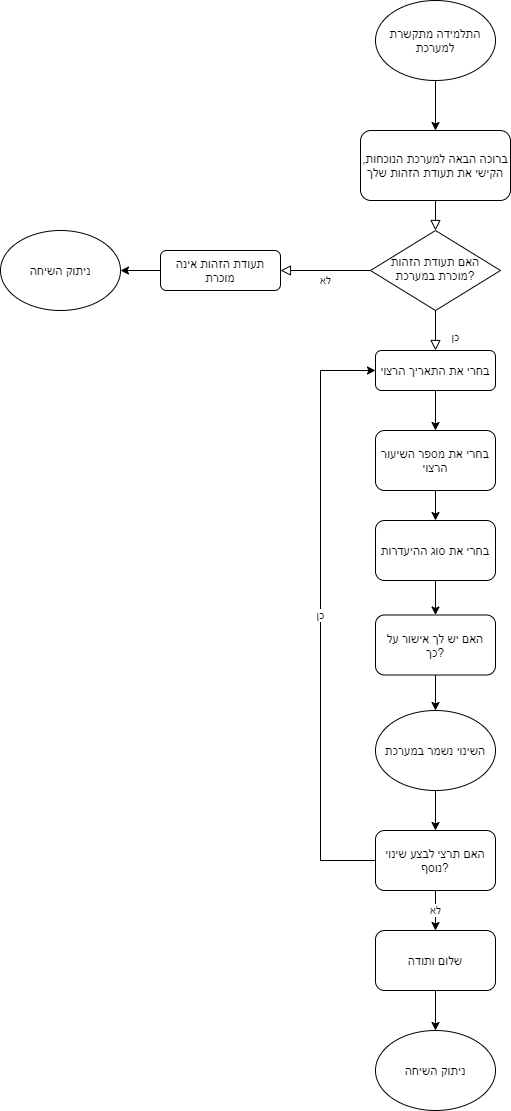
buzz-code/wolf-teacher-reports keeps this draw.io diagram as design/אפיון דיווח נוכחות תלמידה.png. Above is the earlier version. Source tidied: cells renumbered, new cells last; positions are measured from the earlier drawing's top-left corner, leaving out a move shared by most shapes.
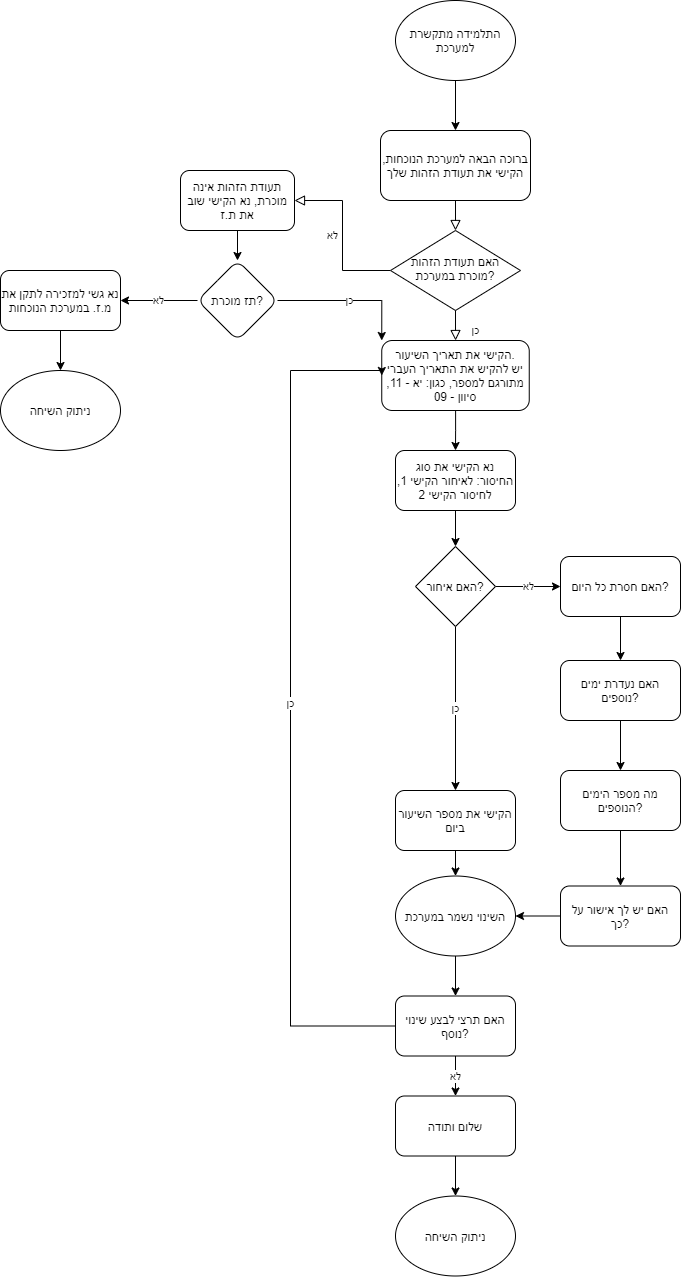
Later version of the same file.

The edit, as a diff of the source:
```diff
@@ -14,20 +14,20 @@
     <mxCell id="5" value="האם תעודת הזהות מוכרת במערכת?" style="rhombus;whiteSpace=wrap;html=1;shadow=0;fontFamily=Helvetica;fontSize=12;align=center;strokeWidth=1;spacing=6;spacingTop=-4;" parent="1" vertex="1">
       <mxGeometry x="370" y="230" width="130" height="80" as="geometry" />
     </mxCell>
-    <mxCell id="6" style="edgeStyle=orthogonalEdgeStyle;rounded=0;jettySize=auto;html=1;" parent="1" edge="1" source="7" target="13">
-      <mxGeometry relative="1" as="geometry" />
-    </mxCell>
+    <mxCell id="28" style="edgeStyle=orthogonalEdgeStyle;rounded=0;jettySize=auto;html=1;" parent="1" edge="1" source="7" target="44">
+      <mxGeometry relative="1" as="geometry" />
+    </mxCell>
-    <mxCell id="7" value="תעודת הזהות אינה מוכרת" style="rounded=1;whiteSpace=wrap;html=1;fontSize=12;glass=0;strokeWidth=1;shadow=0;" parent="1" vertex="1">
-      <mxGeometry x="160" y="250" width="120" height="40" as="geometry" />
+    <mxCell id="7" value="תעודת הזהות אינה מוכרת,&amp;nbsp;נא הקישי שוב את ת.ז" style="rounded=1;whiteSpace=wrap;html=1;fontSize=12;glass=0;strokeWidth=1;shadow=0;" parent="1" vertex="1">
+      <mxGeometry x="160" y="170" width="114" height="60" as="geometry" />
     </mxCell>
     <mxCell id="8" value="כן" style="rounded=0;html=1;jettySize=auto;fontSize=11;endArrow=block;endFill=0;endSize=8;strokeWidth=1;shadow=0;labelBackgroundColor=none;edgeStyle=orthogonalEdgeStyle;exitX=0.5;exitY=1;exitDx=0;exitDy=0;" parent="1" edge="1" source="5" target="10">
       <mxGeometry x="0.33" y="20" relative="1" as="geometry" />
     </mxCell>
-    <mxCell id="9" style="edgeStyle=orthogonalEdgeStyle;rounded=0;jettySize=auto;html=1;" parent="1" edge="1" source="10" target="15">
-      <mxGeometry relative="1" as="geometry" />
-    </mxCell>
+    <mxCell id="29" style="edgeStyle=orthogonalEdgeStyle;rounded=0;jettySize=auto;html=1;entryX=0.5;entryY=0;entryDx=0;entryDy=0;" parent="1" edge="1" source="10" target="17">
+      <mxGeometry relative="1" as="geometry" />
+    </mxCell>
-    <mxCell id="10" value="בחרי את התאריך הרצוי" style="rounded=1;whiteSpace=wrap;html=1;fontSize=12;glass=0;strokeWidth=1;shadow=0;" parent="1" vertex="1">
-      <mxGeometry x="375" y="350" width="120" height="40" as="geometry" />
+    <mxCell id="10" value="הקישי את תאריך השיעור.&lt;br&gt;יש להקיש את התאריך העברי מתורגם למספר, כגון: יא - 11, סיוון - 09" style="rounded=1;whiteSpace=wrap;html=1;fontSize=12;glass=0;strokeWidth=1;shadow=0;" parent="1" vertex="1">
+      <mxGeometry x="361.2" y="340" width="147.5" height="70" as="geometry" />
     </mxCell>
     <mxCell id="11" style="edgeStyle=orthogonalEdgeStyle;rounded=0;jettySize=auto;html=1;" parent="1" edge="1" source="12" target="3">
       <mxGeometry relative="1" as="geometry" />
@@ -36,37 +36,32 @@
       <mxGeometry x="375" width="120" height="80" as="geometry" />
     </mxCell>
     <mxCell id="13" value="ניתוק השיחה" style="ellipse;whiteSpace=wrap;html=1;rounded=1;shadow=0;strokeWidth=1;glass=0;" parent="1" vertex="1">
-      <mxGeometry y="230" width="120" height="80" as="geometry" />
+      <mxGeometry x="-20" y="370" width="120" height="80" as="geometry" />
     </mxCell>
-    <mxCell id="14" style="edgeStyle=orthogonalEdgeStyle;rounded=0;jettySize=auto;html=1;" parent="1" edge="1" source="15" target="17">
-      <mxGeometry relative="1" as="geometry" />
-    </mxCell>
-    <mxCell id="15" value="בחרי את מספר השיעור הרצוי" style="whiteSpace=wrap;html=1;rounded=1;shadow=0;strokeWidth=1;glass=0;" parent="1" vertex="1">
-      <mxGeometry x="375" y="430" width="120" height="60" as="geometry" />
-    </mxCell>
-    <mxCell id="16" style="edgeStyle=orthogonalEdgeStyle;rounded=0;jettySize=auto;html=1;" parent="1" edge="1" source="17" target="19">
-      <mxGeometry relative="1" as="geometry" />
-    </mxCell>
+    <mxCell id="30" style="edgeStyle=orthogonalEdgeStyle;rounded=0;jettySize=auto;html=1;" parent="1" edge="1" source="17" target="33">
+      <mxGeometry relative="1" as="geometry" />
+    </mxCell>
-    <mxCell id="17" value="בחרי את סוג ההיעדרות" style="whiteSpace=wrap;html=1;rounded=1;shadow=0;strokeWidth=1;glass=0;" parent="1" vertex="1">
-      <mxGeometry x="375" y="520" width="120" height="60" as="geometry" />
+    <mxCell id="17" value="נא הקישי את סוג החיסור: לאיחור הקישי 1, לחיסור הקישי 2" style="whiteSpace=wrap;html=1;rounded=1;shadow=0;strokeWidth=1;glass=0;" parent="1" vertex="1">
+      <mxGeometry x="375" y="450" width="120" height="60" as="geometry" />
     </mxCell>
     <mxCell id="18" style="edgeStyle=orthogonalEdgeStyle;rounded=0;jettySize=auto;html=1;" parent="1" edge="1" source="19" target="21">
       <mxGeometry relative="1" as="geometry" />
     </mxCell>
     <mxCell id="19" value="האם יש לך אישור על כך?" style="whiteSpace=wrap;html=1;rounded=1;shadow=0;strokeWidth=1;glass=0;" parent="1" vertex="1">
-      <mxGeometry x="375" y="614.5" width="120" height="60" as="geometry" />
+      <mxGeometry x="540" y="885.5" width="120" height="60" as="geometry" />
     </mxCell>
     <mxCell id="20" style="edgeStyle=orthogonalEdgeStyle;rounded=0;jettySize=auto;html=1;" parent="1" edge="1" source="21" target="25">
       <mxGeometry relative="1" as="geometry" />
     </mxCell>
     <mxCell id="21" value="השינוי נשמר במערכת" style="ellipse;whiteSpace=wrap;html=1;rounded=1;shadow=0;strokeWidth=1;glass=0;" parent="1" vertex="1">
-      <mxGeometry x="375" y="710" width="120" height="80" as="geometry" />
+      <mxGeometry x="375" y="875.5" width="120" height="80" as="geometry" />
     </mxCell>
-    <mxCell id="22" value="כן" style="edgeStyle=orthogonalEdgeStyle;rounded=0;jettySize=auto;html=1;entryX=0;entryY=0.5;entryDx=0;entryDy=0;exitX=0;exitY=0.5;exitDx=0;exitDy=0;" parent="1" edge="1" source="25" target="10">
+    <mxCell id="22" value="כן" style="edgeStyle=orthogonalEdgeStyle;rounded=0;jettySize=auto;html=1;exitX=0;exitY=0.5;exitDx=0;exitDy=0;entryX=0;entryY=0.5;entryDx=0;entryDy=0;" parent="1" edge="1" source="25" target="10">
       <mxGeometry relative="1" as="geometry">
         <Array as="points">
-          <mxPoint x="320" y="860" />
-          <mxPoint x="320" y="370" />
+          <mxPoint x="270" y="1026" />
+          <mxPoint x="270" y="370" />
+          <mxPoint x="361" y="370" />
         </Array>
       </mxGeometry>
     </mxCell>
@@ -77,13 +72,61 @@
       <mxGeometry relative="1" as="geometry" />
     </mxCell>
     <mxCell id="25" value="האם תרצי לבצע שינוי נוסף?" style="whiteSpace=wrap;html=1;rounded=1;shadow=0;strokeWidth=1;glass=0;" parent="1" vertex="1">
-      <mxGeometry x="375" y="830" width="120" height="60" as="geometry" />
+      <mxGeometry x="375" y="995.5" width="120" height="60" as="geometry" />
     </mxCell>
     <mxCell id="26" value="ניתוק השיחה" style="ellipse;whiteSpace=wrap;html=1;rounded=1;shadow=0;strokeWidth=1;glass=0;" parent="1" vertex="1">
-      <mxGeometry x="375" y="1030" width="120" height="80" as="geometry" />
+      <mxGeometry x="375" y="1195.5" width="120" height="80" as="geometry" />
     </mxCell>
     <mxCell id="27" value="שלום ותודה" style="rounded=1;whiteSpace=wrap;html=1;" parent="1" vertex="1">
-      <mxGeometry x="375" y="930" width="120" height="60" as="geometry" />
+      <mxGeometry x="375" y="1095.5" width="120" height="60" as="geometry" />
     </mxCell>
+    <mxCell id="31" value="כן" style="edgeStyle=orthogonalEdgeStyle;rounded=0;jettySize=auto;html=1;entryX=0.5;entryY=0;entryDx=0;entryDy=0;" parent="1" edge="1" source="33" target="35">
+      <mxGeometry relative="1" as="geometry" />
+    </mxCell>
+    <mxCell id="32" value="לא" style="edgeStyle=orthogonalEdgeStyle;rounded=0;jettySize=auto;html=1;" parent="1" edge="1" source="33" target="37">
+      <mxGeometry relative="1" as="geometry" />
+    </mxCell>
+    <mxCell id="33" value="האם איחור?" style="rhombus;whiteSpace=wrap;html=1;" parent="1" vertex="1">
+      <mxGeometry x="395" y="546" width="80" height="80" as="geometry" />
+    </mxCell>
+    <mxCell id="34" style="edgeStyle=orthogonalEdgeStyle;rounded=0;jettySize=auto;html=1;" parent="1" edge="1" source="35" target="21">
+      <mxGeometry relative="1" as="geometry" />
+    </mxCell>
+    <mxCell id="35" value="הקישי את מספר השיעור ביום" style="rounded=1;whiteSpace=wrap;html=1;" parent="1" vertex="1">
+      <mxGeometry x="375" y="790" width="120" height="60" as="geometry" />
+    </mxCell>
+    <mxCell id="36" style="edgeStyle=orthogonalEdgeStyle;rounded=0;jettySize=auto;html=1;" parent="1" edge="1" source="37" target="39">
+      <mxGeometry relative="1" as="geometry" />
+    </mxCell>
+    <mxCell id="37" value="האם חסרת כל היום?" style="rounded=1;whiteSpace=wrap;html=1;" parent="1" vertex="1">
+      <mxGeometry x="540" y="556" width="120" height="60" as="geometry" />
+    </mxCell>
+    <mxCell id="38" style="edgeStyle=orthogonalEdgeStyle;rounded=0;jettySize=auto;html=1;" parent="1" edge="1" source="39" target="41">
+      <mxGeometry relative="1" as="geometry" />
+    </mxCell>
+    <mxCell id="39" value="האם נעדרת ימים נוספים?" style="rounded=1;whiteSpace=wrap;html=1;" parent="1" vertex="1">
+      <mxGeometry x="540" y="660" width="120" height="60" as="geometry" />
+    </mxCell>
+    <mxCell id="40" style="edgeStyle=orthogonalEdgeStyle;rounded=0;jettySize=auto;html=1;" parent="1" edge="1" source="41" target="19">
+      <mxGeometry relative="1" as="geometry" />
+    </mxCell>
+    <mxCell id="41" value="מה מספר הימים הנוספים?" style="whiteSpace=wrap;html=1;rounded=1;" parent="1" vertex="1">
+      <mxGeometry x="540" y="770" width="120" height="60" as="geometry" />
+    </mxCell>
+    <mxCell id="42" value="לא" style="edgeStyle=orthogonalEdgeStyle;rounded=0;jettySize=auto;html=1;" parent="1" edge="1" source="44" target="46">
+      <mxGeometry relative="1" as="geometry" />
+    </mxCell>
+    <mxCell id="43" value="כן" style="edgeStyle=orthogonalEdgeStyle;rounded=0;jettySize=auto;html=1;entryX=0;entryY=0;entryDx=0;entryDy=0;" parent="1" edge="1" source="44" target="10">
+      <mxGeometry relative="1" as="geometry" />
+    </mxCell>
+    <mxCell id="44" value="תז מוכרת?" style="rhombus;whiteSpace=wrap;html=1;rounded=1;shadow=0;strokeWidth=1;glass=0;" parent="1" vertex="1">
+      <mxGeometry x="177" y="260" width="80" height="80" as="geometry" />
+    </mxCell>
+    <mxCell id="45" style="edgeStyle=orthogonalEdgeStyle;rounded=0;jettySize=auto;html=1;" parent="1" edge="1" source="46" target="13">
+      <mxGeometry relative="1" as="geometry" />
+    </mxCell>
+    <mxCell id="46" value="נא גשי למזכירה לתקן את מ.ז. במערכת הנוכחות" style="whiteSpace=wrap;html=1;rounded=1;shadow=0;strokeWidth=1;glass=0;" parent="1" vertex="1">
+      <mxGeometry x="-20" y="270" width="120" height="60" as="geometry" />
+    </mxCell>
   </root>
 </mxGraphModel>
```
